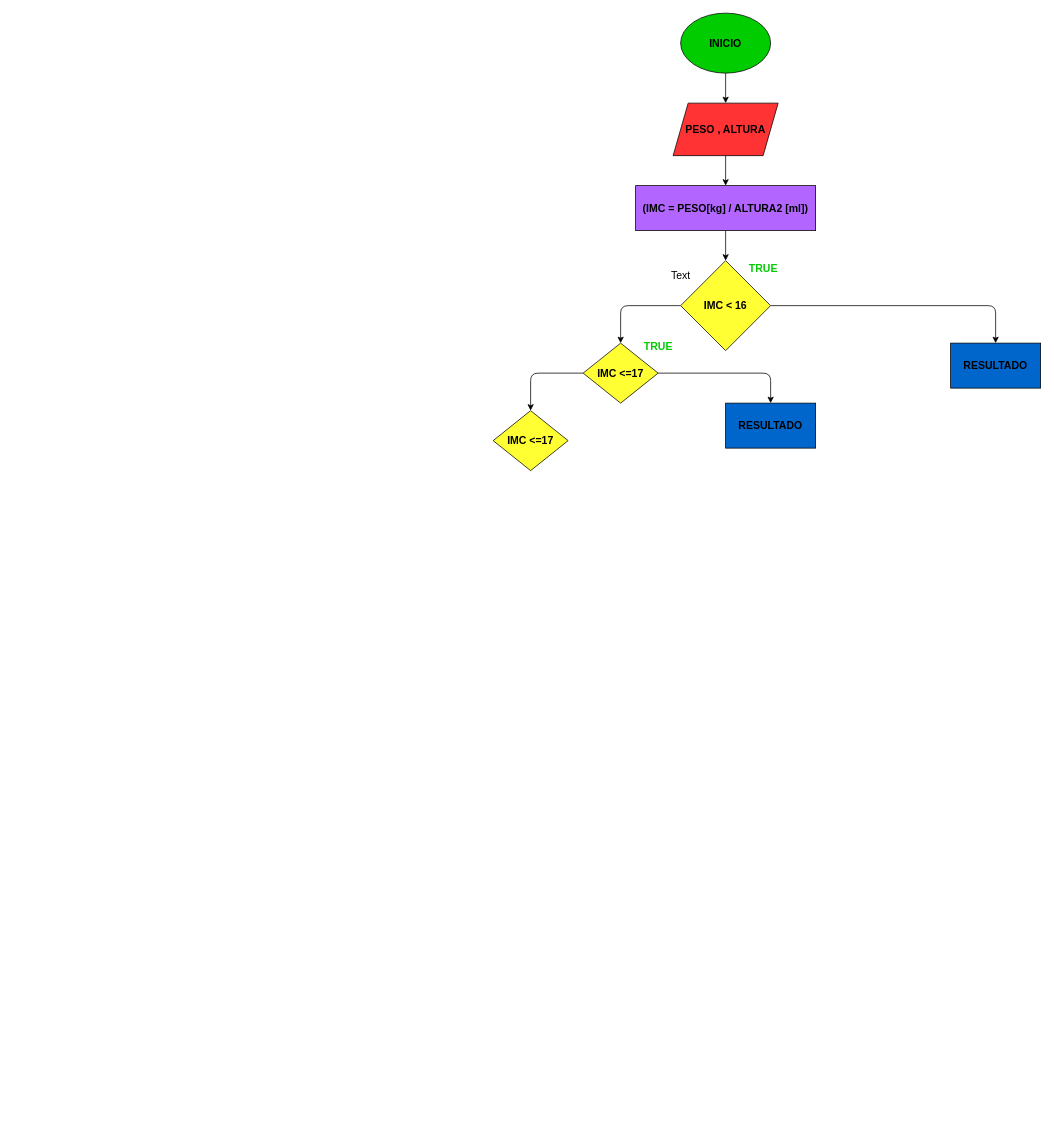
This is Ejercicio-4/Diagrama.drawio from MasterRuiz15/Taller_condicionales, a draw.io file, before an edit. Source tidied: cells renumbered, new cells numbered last; positions are measured from the earlier drawing's top-left corner, leaving out a move shared by most shapes. Both pictures are drawn from the tidied source at 75%, with x=0, y=0 at pixel (493, 13).
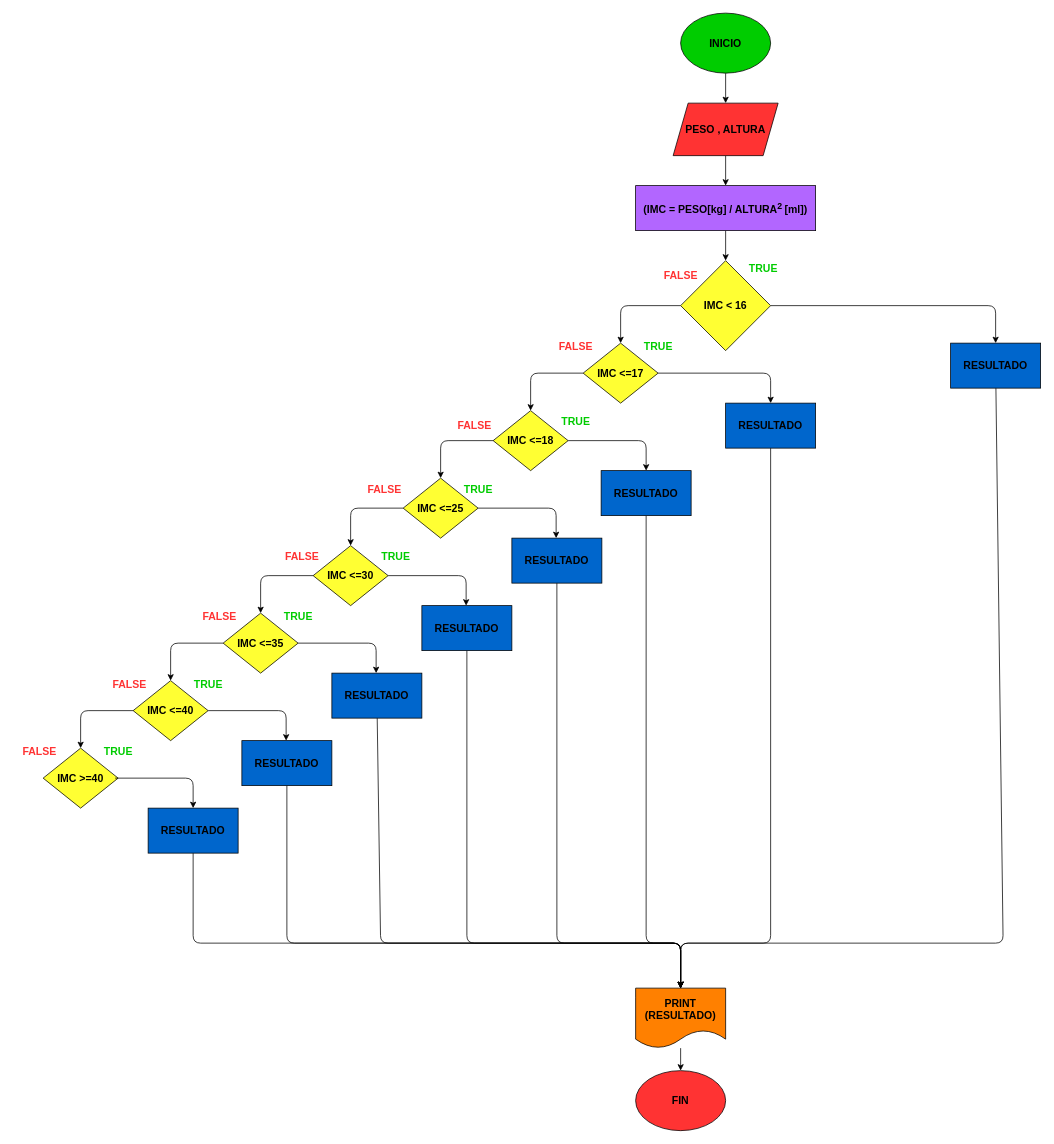
The same page after the edit.

Commit message (it also covers changes not shown here):
Se realizo Ejercicio-4

Unchanged cells that the change refers to:
```xml
<mxCell id="12" value="&lt;b&gt;&lt;font color=&quot;#000000&quot;&gt;RESULTADO&lt;/font&gt;&lt;/b&gt;" style="rounded=0;whiteSpace=wrap;html=1;fontSize=14;fontColor=#00CC00;fillColor=#0066CC;" parent="1" vertex="1">
  <mxGeometry x="610" y="440" width="120" height="60" as="geometry" />
</mxCell>
<mxCell id="17" value="&lt;b&gt;RESULTADO&lt;/b&gt;" style="rounded=0;whiteSpace=wrap;html=1;fontSize=14;fontColor=#000000;fillColor=#0066CC;" parent="1" vertex="1">
  <mxGeometry x="310" y="520" width="120" height="60" as="geometry" />
</mxCell>
```

The edit, as a diff of the source:
```diff
@@
-    <mxCell id="7" value="&lt;b&gt;(IMC = PESO[kg] / ALTURA2 [ml])&lt;/b&gt;" style="rounded=0;whiteSpace=wrap;html=1;fontSize=14;fontColor=#000000;fillColor=#B266FF;" parent="1" vertex="1">
+    <mxCell id="7" value="&lt;b&gt;(IMC = PESO[kg] / ALTURA&lt;sup&gt;2 &lt;/sup&gt;[ml])&lt;/b&gt;" style="rounded=0;whiteSpace=wrap;html=1;fontSize=14;fontColor=#000000;fillColor=#B266FF;" parent="1" vertex="1">
       <mxGeometry x="190" y="230" width="240" height="60" as="geometry" />
     </mxCell>
@@
+    <mxCell id="20" style="edgeStyle=none;html=1;entryX=0.5;entryY=0;entryDx=0;entryDy=0;fontColor=#FF3333;" parent="1" edge="1" source="12" target="64">
+      <mxGeometry relative="1" as="geometry">
+        <Array as="points">
+          <mxPoint x="680" y="1240" />
+          <mxPoint x="250" y="1240" />
+        </Array>
+      </mxGeometry>
+    </mxCell>
@@
+    <mxCell id="21" style="edgeStyle=none;html=1;fontColor=#FF3333;entryX=0.5;entryY=0;entryDx=0;entryDy=0;" parent="1" edge="1" source="17" target="64">
+      <mxGeometry relative="1" as="geometry">
+        <Array as="points">
+          <mxPoint x="370" y="1240" />
+          <mxPoint x="250" y="1240" />
+        </Array>
+      </mxGeometry>
+    </mxCell>
@@
+    <mxCell id="22" style="edgeStyle=none;html=1;entryX=0.5;entryY=0;entryDx=0;entryDy=0;" parent="1" edge="1" source="18" target="25">
+      <mxGeometry relative="1" as="geometry">
+        <Array as="points">
+          <mxPoint x="204" y="570" />
+        </Array>
+      </mxGeometry>
+    </mxCell>
-    <mxCell id="18" value="&lt;b&gt;IMC &amp;lt;=17&lt;/b&gt;" style="rhombus;whiteSpace=wrap;html=1;fontSize=14;fontColor=#000000;fillColor=#FFFF33;" parent="1" vertex="1">
+    <mxCell id="18" value="&lt;b&gt;IMC &amp;lt;=18&lt;/b&gt;" style="rhombus;whiteSpace=wrap;html=1;fontSize=14;fontColor=#000000;fillColor=#FFFF33;" parent="1" vertex="1">
       <mxGeometry y="530" width="100" height="80" as="geometry" />
     </mxCell>
-    <mxCell id="19" value="Text" style="text;html=1;align=center;verticalAlign=middle;strokeColor=none;fillColor=none;fontSize=14;fontColor=#000000;" parent="1" vertex="1">
-      <mxGeometry x="225" y="335" width="50" height="30" as="geometry" />
+    <mxCell id="19" value="&lt;font color=&quot;#ff3333&quot;&gt;&lt;b&gt;FALSE&lt;/b&gt;&lt;/font&gt;" style="text;html=1;align=center;verticalAlign=middle;strokeColor=none;fillColor=none;fontSize=14;fontColor=#000000;" parent="1" vertex="1">
+      <mxGeometry x="215" y="335" width="70" height="30" as="geometry" />
     </mxCell>
+    <mxCell id="23" value="&lt;b&gt;&lt;font color=&quot;#00cc00&quot;&gt;TRUE&lt;/font&gt;&lt;/b&gt;" style="text;html=1;align=center;verticalAlign=middle;strokeColor=none;fillColor=none;fontSize=14;fontColor=#000000;" parent="1" vertex="1">
+      <mxGeometry x="80" y="530" width="60" height="30" as="geometry" />
+    </mxCell>
+    <mxCell id="24" style="edgeStyle=none;html=1;entryX=0.5;entryY=0;entryDx=0;entryDy=0;fontColor=#FF3333;" parent="1" edge="1" source="25" target="64">
+      <mxGeometry relative="1" as="geometry">
+        <Array as="points">
+          <mxPoint x="204" y="1240" />
+          <mxPoint x="250" y="1240" />
+        </Array>
+      </mxGeometry>
+    </mxCell>
+    <mxCell id="25" value="&lt;b&gt;RESULTADO&lt;/b&gt;" style="rounded=0;whiteSpace=wrap;html=1;fontSize=14;fontColor=#000000;fillColor=#0066CC;" parent="1" vertex="1">
+      <mxGeometry x="144" y="610" width="120" height="60" as="geometry" />
+    </mxCell>
+    <mxCell id="26" style="edgeStyle=none;html=1;entryX=0.5;entryY=0;entryDx=0;entryDy=0;fontSize=14;fontColor=#000000;" parent="1" edge="1">
+      <mxGeometry relative="1" as="geometry">
+        <mxPoint y="570" as="sourcePoint" />
+        <mxPoint x="-70" y="620" as="targetPoint" />
+        <Array as="points">
+          <mxPoint x="-70" y="570" />
+        </Array>
+      </mxGeometry>
+    </mxCell>
+    <mxCell id="27" style="edgeStyle=none;html=1;entryX=0.5;entryY=0;entryDx=0;entryDy=0;fontSize=14;fontColor=#000000;" parent="1" edge="1">
+      <mxGeometry relative="1" as="geometry">
+        <mxPoint x="-120" y="660" as="sourcePoint" />
+        <mxPoint x="-190" y="710" as="targetPoint" />
+        <Array as="points">
+          <mxPoint x="-190" y="660" />
+        </Array>
+      </mxGeometry>
+    </mxCell>
+    <mxCell id="28" value="&lt;b&gt;IMC &amp;lt;=25&lt;/b&gt;" style="rhombus;whiteSpace=wrap;html=1;fontSize=14;fontColor=#000000;fillColor=#FFFF33;" parent="1" vertex="1">
+      <mxGeometry x="-120" y="620" width="100" height="80" as="geometry" />
+    </mxCell>
+    <mxCell id="29" value="&lt;b&gt;IMC &amp;lt;=30&lt;/b&gt;" style="rhombus;whiteSpace=wrap;html=1;fontSize=14;fontColor=#000000;fillColor=#FFFF33;" parent="1" vertex="1">
+      <mxGeometry x="-240" y="710" width="100" height="80" as="geometry" />
+    </mxCell>
+    <mxCell id="30" value="&lt;b&gt;IMC &amp;lt;=35&lt;/b&gt;" style="rhombus;whiteSpace=wrap;html=1;fontSize=14;fontColor=#000000;fillColor=#FFFF33;" parent="1" vertex="1">
+      <mxGeometry x="-360" y="800" width="100" height="80" as="geometry" />
+    </mxCell>
+    <mxCell id="31" style="edgeStyle=none;html=1;entryX=0.5;entryY=0;entryDx=0;entryDy=0;fontSize=14;fontColor=#000000;" parent="1" edge="1">
+      <mxGeometry relative="1" as="geometry">
+        <mxPoint x="-360" y="840" as="sourcePoint" />
+        <mxPoint x="-430" y="890" as="targetPoint" />
+        <Array as="points">
+          <mxPoint x="-430" y="840" />
+        </Array>
+      </mxGeometry>
+    </mxCell>
+    <mxCell id="32" style="edgeStyle=none;html=1;entryX=0.5;entryY=0;entryDx=0;entryDy=0;fontSize=14;fontColor=#000000;" parent="1" edge="1">
+      <mxGeometry relative="1" as="geometry">
+        <mxPoint x="-480" y="930" as="sourcePoint" />
+        <mxPoint x="-550" y="980" as="targetPoint" />
+        <Array as="points">
+          <mxPoint x="-550" y="930" />
+        </Array>
+      </mxGeometry>
+    </mxCell>
+    <mxCell id="33" style="edgeStyle=none;html=1;entryX=0.5;entryY=0;entryDx=0;entryDy=0;fontSize=14;fontColor=#000000;" parent="1" edge="1">
+      <mxGeometry relative="1" as="geometry">
+        <mxPoint x="-240" y="750" as="sourcePoint" />
+        <mxPoint x="-310" y="800" as="targetPoint" />
+        <Array as="points">
+          <mxPoint x="-310" y="750" />
+        </Array>
+      </mxGeometry>
+    </mxCell>
+    <mxCell id="34" value="&lt;b&gt;IMC &amp;lt;=40&lt;/b&gt;" style="rhombus;whiteSpace=wrap;html=1;fontSize=14;fontColor=#000000;fillColor=#FFFF33;" parent="1" vertex="1">
+      <mxGeometry x="-480" y="890" width="100" height="80" as="geometry" />
+    </mxCell>
+    <mxCell id="35" value="&lt;b&gt;IMC &amp;gt;=40&lt;/b&gt;" style="rhombus;whiteSpace=wrap;html=1;fontSize=14;fontColor=#000000;fillColor=#FFFF33;" parent="1" vertex="1">
+      <mxGeometry x="-600" y="980" width="100" height="80" as="geometry" />
+    </mxCell>
+    <mxCell id="36" value="&lt;font color=&quot;#ff3333&quot;&gt;&lt;b&gt;FALSE&lt;/b&gt;&lt;/font&gt;" style="text;html=1;align=center;verticalAlign=middle;strokeColor=none;fillColor=none;fontSize=14;fontColor=#000000;" parent="1" vertex="1">
+      <mxGeometry x="75" y="430" width="70" height="30" as="geometry" />
+    </mxCell>
+    <mxCell id="37" value="&lt;font color=&quot;#ff3333&quot;&gt;&lt;b&gt;FALSE&lt;/b&gt;&lt;/font&gt;" style="text;html=1;align=center;verticalAlign=middle;strokeColor=none;fillColor=none;fontSize=14;fontColor=#000000;" parent="1" vertex="1">
+      <mxGeometry x="-60" y="535" width="70" height="30" as="geometry" />
+    </mxCell>
+    <mxCell id="38" value="&lt;font color=&quot;#ff3333&quot;&gt;&lt;b&gt;FALSE&lt;/b&gt;&lt;/font&gt;" style="text;html=1;align=center;verticalAlign=middle;strokeColor=none;fillColor=none;fontSize=14;fontColor=#000000;" parent="1" vertex="1">
+      <mxGeometry x="-180" y="620" width="70" height="30" as="geometry" />
+    </mxCell>
+    <mxCell id="39" value="&lt;font color=&quot;#ff3333&quot;&gt;&lt;b&gt;FALSE&lt;/b&gt;&lt;/font&gt;" style="text;html=1;align=center;verticalAlign=middle;strokeColor=none;fillColor=none;fontSize=14;fontColor=#000000;" parent="1" vertex="1">
+      <mxGeometry x="-290" y="710" width="70" height="30" as="geometry" />
+    </mxCell>
+    <mxCell id="40" value="&lt;font color=&quot;#ff3333&quot;&gt;&lt;b&gt;FALSE&lt;/b&gt;&lt;/font&gt;" style="text;html=1;align=center;verticalAlign=middle;strokeColor=none;fillColor=none;fontSize=14;fontColor=#000000;" parent="1" vertex="1">
+      <mxGeometry x="-400" y="790" width="70" height="30" as="geometry" />
+    </mxCell>
+    <mxCell id="41" value="&lt;font color=&quot;#ff3333&quot;&gt;&lt;b&gt;FALSE&lt;/b&gt;&lt;/font&gt;" style="text;html=1;align=center;verticalAlign=middle;strokeColor=none;fillColor=none;fontSize=14;fontColor=#000000;" parent="1" vertex="1">
+      <mxGeometry x="-520" y="880" width="70" height="30" as="geometry" />
+    </mxCell>
+    <mxCell id="42" value="&lt;font color=&quot;#ff3333&quot;&gt;&lt;b&gt;FALSE&lt;/b&gt;&lt;/font&gt;" style="text;html=1;align=center;verticalAlign=middle;strokeColor=none;fillColor=none;fontSize=14;fontColor=#000000;" parent="1" vertex="1">
+      <mxGeometry x="-640" y="970" width="70" height="30" as="geometry" />
+    </mxCell>
+    <mxCell id="43" value="&lt;b&gt;&lt;font color=&quot;#00cc00&quot;&gt;TRUE&lt;/font&gt;&lt;/b&gt;" style="text;html=1;align=center;verticalAlign=middle;strokeColor=none;fillColor=none;fontSize=14;fontColor=#000000;" parent="1" vertex="1">
+      <mxGeometry x="-50" y="620" width="60" height="30" as="geometry" />
+    </mxCell>
+    <mxCell id="44" value="&lt;b&gt;&lt;font color=&quot;#00cc00&quot;&gt;TRUE&lt;/font&gt;&lt;/b&gt;" style="text;html=1;align=center;verticalAlign=middle;strokeColor=none;fillColor=none;fontSize=14;fontColor=#000000;" parent="1" vertex="1">
+      <mxGeometry x="-160" y="710" width="60" height="30" as="geometry" />
+    </mxCell>
+    <mxCell id="45" value="&lt;b&gt;&lt;font color=&quot;#00cc00&quot;&gt;TRUE&lt;/font&gt;&lt;/b&gt;" style="text;html=1;align=center;verticalAlign=middle;strokeColor=none;fillColor=none;fontSize=14;fontColor=#000000;" parent="1" vertex="1">
+      <mxGeometry x="-290" y="790" width="60" height="30" as="geometry" />
+    </mxCell>
+    <mxCell id="46" value="&lt;b&gt;&lt;font color=&quot;#00cc00&quot;&gt;TRUE&lt;/font&gt;&lt;/b&gt;" style="text;html=1;align=center;verticalAlign=middle;strokeColor=none;fillColor=none;fontSize=14;fontColor=#000000;" parent="1" vertex="1">
+      <mxGeometry x="-410" y="880" width="60" height="30" as="geometry" />
+    </mxCell>
+    <mxCell id="47" value="&lt;b&gt;&lt;font color=&quot;#00cc00&quot;&gt;TRUE&lt;/font&gt;&lt;/b&gt;" style="text;html=1;align=center;verticalAlign=middle;strokeColor=none;fillColor=none;fontSize=14;fontColor=#000000;" parent="1" vertex="1">
+      <mxGeometry x="-530" y="970" width="60" height="30" as="geometry" />
+    </mxCell>
+    <mxCell id="48" style="edgeStyle=none;html=1;entryX=0.5;entryY=0;entryDx=0;entryDy=0;" parent="1" edge="1">
+      <mxGeometry relative="1" as="geometry">
+        <mxPoint x="-20" y="660" as="sourcePoint" />
+        <mxPoint x="84" y="700" as="targetPoint" />
+        <Array as="points">
+          <mxPoint x="84" y="660" />
+        </Array>
+      </mxGeometry>
+    </mxCell>
+    <mxCell id="49" style="edgeStyle=none;html=1;entryX=0.5;entryY=0;entryDx=0;entryDy=0;" parent="1" edge="1">
+      <mxGeometry relative="1" as="geometry">
+        <mxPoint x="-140" y="750" as="sourcePoint" />
+        <mxPoint x="-36" y="790" as="targetPoint" />
+        <Array as="points">
+          <mxPoint x="-36" y="750" />
+        </Array>
+      </mxGeometry>
+    </mxCell>
+    <mxCell id="50" style="edgeStyle=none;html=1;entryX=0.5;entryY=0;entryDx=0;entryDy=0;" parent="1" edge="1">
+      <mxGeometry relative="1" as="geometry">
+        <mxPoint x="-260" y="840" as="sourcePoint" />
+        <mxPoint x="-156" y="880" as="targetPoint" />
+        <Array as="points">
+          <mxPoint x="-156" y="840" />
+        </Array>
+      </mxGeometry>
+    </mxCell>
+    <mxCell id="51" style="edgeStyle=none;html=1;entryX=0.5;entryY=0;entryDx=0;entryDy=0;" parent="1" edge="1">
+      <mxGeometry relative="1" as="geometry">
+        <mxPoint x="-380" y="930" as="sourcePoint" />
+        <mxPoint x="-276" y="970" as="targetPoint" />
+        <Array as="points">
+          <mxPoint x="-276" y="930" />
+        </Array>
+      </mxGeometry>
+    </mxCell>
+    <mxCell id="52" style="edgeStyle=none;html=1;entryX=0.5;entryY=0;entryDx=0;entryDy=0;" parent="1" edge="1">
+      <mxGeometry relative="1" as="geometry">
+        <mxPoint x="-504" y="1020" as="sourcePoint" />
+        <mxPoint x="-400" y="1060" as="targetPoint" />
+        <Array as="points">
+          <mxPoint x="-400" y="1020" />
+        </Array>
+      </mxGeometry>
+    </mxCell>
+    <mxCell id="53" style="edgeStyle=none;html=1;fontColor=#FF3333;entryX=0.5;entryY=0;entryDx=0;entryDy=0;" parent="1" edge="1" source="54" target="64">
+      <mxGeometry relative="1" as="geometry">
+        <Array as="points">
+          <mxPoint x="85" y="1240" />
+          <mxPoint x="250" y="1240" />
+        </Array>
+      </mxGeometry>
+    </mxCell>
+    <mxCell id="54" value="&lt;b&gt;RESULTADO&lt;/b&gt;" style="rounded=0;whiteSpace=wrap;html=1;fontSize=14;fontColor=#000000;fillColor=#0066CC;" parent="1" vertex="1">
+      <mxGeometry x="25" y="700" width="120" height="60" as="geometry" />
+    </mxCell>
+    <mxCell id="55" style="edgeStyle=none;html=1;entryX=0.5;entryY=0;entryDx=0;entryDy=0;fontColor=#FF3333;" parent="1" edge="1" source="56" target="64">
+      <mxGeometry relative="1" as="geometry">
+        <Array as="points">
+          <mxPoint x="-35" y="1240" />
+          <mxPoint x="250" y="1240" />
+        </Array>
+      </mxGeometry>
+    </mxCell>
+    <mxCell id="56" value="&lt;b&gt;RESULTADO&lt;/b&gt;" style="rounded=0;whiteSpace=wrap;html=1;fontSize=14;fontColor=#000000;fillColor=#0066CC;" parent="1" vertex="1">
+      <mxGeometry x="-95" y="790" width="120" height="60" as="geometry" />
+    </mxCell>
+    <mxCell id="57" style="edgeStyle=none;html=1;entryX=0.5;entryY=0;entryDx=0;entryDy=0;fontColor=#FF3333;" parent="1" edge="1" source="58" target="64">
+      <mxGeometry relative="1" as="geometry">
+        <Array as="points">
+          <mxPoint x="-150" y="1240" />
+          <mxPoint x="250" y="1240" />
+        </Array>
+      </mxGeometry>
+    </mxCell>
+    <mxCell id="58" value="&lt;b&gt;RESULTADO&lt;/b&gt;" style="rounded=0;whiteSpace=wrap;html=1;fontSize=14;fontColor=#000000;fillColor=#0066CC;" parent="1" vertex="1">
+      <mxGeometry x="-215" y="880" width="120" height="60" as="geometry" />
+    </mxCell>
+    <mxCell id="59" style="edgeStyle=none;html=1;entryX=0.5;entryY=0;entryDx=0;entryDy=0;fontColor=#FF3333;" parent="1" edge="1" source="60" target="64">
+      <mxGeometry relative="1" as="geometry">
+        <Array as="points">
+          <mxPoint x="-275" y="1240" />
+          <mxPoint x="250" y="1240" />
+        </Array>
+      </mxGeometry>
+    </mxCell>
+    <mxCell id="60" value="&lt;b&gt;RESULTADO&lt;/b&gt;" style="rounded=0;whiteSpace=wrap;html=1;fontSize=14;fontColor=#000000;fillColor=#0066CC;" parent="1" vertex="1">
+      <mxGeometry x="-335" y="970" width="120" height="60" as="geometry" />
+    </mxCell>
+    <mxCell id="61" style="edgeStyle=none;html=1;entryX=0.5;entryY=0;entryDx=0;entryDy=0;fontColor=#FF3333;" parent="1" edge="1" source="62" target="64">
+      <mxGeometry relative="1" as="geometry">
+        <Array as="points">
+          <mxPoint x="-400" y="1240" />
+          <mxPoint x="250" y="1240" />
+        </Array>
+      </mxGeometry>
+    </mxCell>
+    <mxCell id="62" value="&lt;b&gt;RESULTADO&lt;/b&gt;" style="rounded=0;whiteSpace=wrap;html=1;fontSize=14;fontColor=#000000;fillColor=#0066CC;" parent="1" vertex="1">
+      <mxGeometry x="-460" y="1060" width="120" height="60" as="geometry" />
+    </mxCell>
+    <mxCell id="63" style="edgeStyle=none;html=1;fontColor=#FF3333;" parent="1" edge="1" source="64" target="65">
+      <mxGeometry relative="1" as="geometry" />
+    </mxCell>
+    <mxCell id="64" value="&lt;font color=&quot;#000000&quot; style=&quot;font-size: 14px;&quot;&gt;&lt;b&gt;PRINT&lt;br&gt;(RESULTADO)&lt;/b&gt;&lt;/font&gt;" style="shape=document;whiteSpace=wrap;html=1;boundedLbl=1;fontColor=#FF3333;fillColor=#FF8000;" parent="1" vertex="1">
+      <mxGeometry x="190" y="1300" width="120" height="80" as="geometry" />
+    </mxCell>
+    <mxCell id="65" value="&lt;font color=&quot;#000000&quot; style=&quot;font-size: 14px;&quot;&gt;&lt;b&gt;FIN&lt;/b&gt;&lt;/font&gt;" style="ellipse;whiteSpace=wrap;html=1;fontColor=#FF3333;fillColor=#FF3333;" parent="1" vertex="1">
+      <mxGeometry x="190" y="1410" width="120" height="80" as="geometry" />
+    </mxCell>
```
